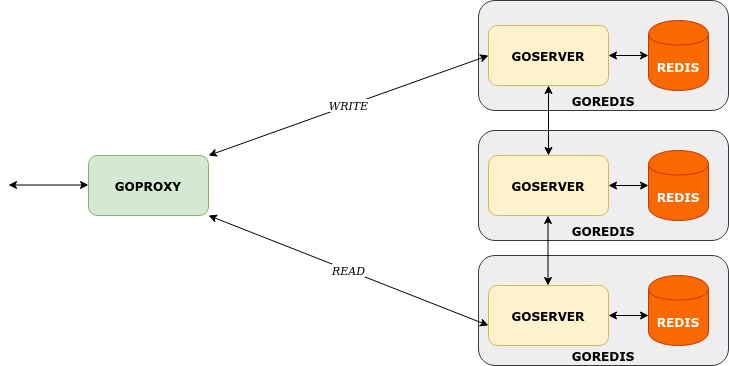
Earlier version of the draw.io export Cluster.png (el10savio/Kube-Chain-Replication). Source tidied: cells renumbered, new cells last; positions are measured from the earlier drawing's top-left corner, leaving out a move shared by most shapes.
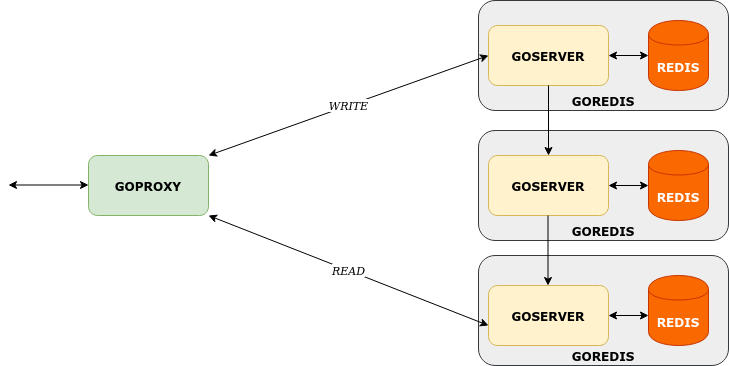
After the change.

Commit message:
Updated Cluster Diagram

The edit, as a diff of the source:
```diff
@@ -33,15 +33,6 @@
         <mxPoint x="480" y="325" as="targetPoint" />
       </mxGeometry>
     </mxCell>
-    <mxCell id="11" style="endArrow=classic;startArrow=classic;html=1;entryX=0.5;entryY=1;entryDx=0;entryDy=0;exitX=0.5;exitY=0;exitDx=0;exitDy=0;" parent="1" edge="1" source="7" target="6">
-      <mxGeometry relative="1" as="geometry" />
-    </mxCell>
-    <mxCell id="12" style="endArrow=classic;startArrow=classic;html=1;entryX=0.5;entryY=1;entryDx=0;entryDy=0;exitX=0.5;exitY=0;exitDx=0;exitDy=0;" parent="1" edge="1">
-      <mxGeometry relative="1" as="geometry">
-        <mxPoint x="539.5" y="285" as="sourcePoint" />
-        <mxPoint x="539.5" y="215" as="targetPoint" />
-      </mxGeometry>
-    </mxCell>
     <mxCell id="13" value="&lt;b&gt;REDIS&lt;/b&gt;" style="shape=cylinder;whiteSpace=wrap;html=1;boundedLbl=1;backgroundOutline=1;fontFamily=Verdana;fontColor=#ffffff;fillColor=#fa6800;strokeColor=#C73500;" parent="1" vertex="1">
       <mxGeometry x="640" y="20" width="60" height="70" as="geometry" />
     </mxCell>
@@ -72,5 +63,14 @@
         <mxPoint x="80" y="184.5" as="targetPoint" />
       </mxGeometry>
     </mxCell>
+    <mxCell id="20" style="endArrow=classic;html=1;exitX=0.5;exitY=1;exitDx=0;exitDy=0;" parent="1" edge="1" source="6" target="7">
+      <mxGeometry relative="1" as="geometry" />
+    </mxCell>
+    <mxCell id="21" style="endArrow=classic;html=1;exitX=0.5;exitY=1;exitDx=0;exitDy=0;" parent="1" edge="1">
+      <mxGeometry relative="1" as="geometry">
+        <mxPoint x="539.5" y="215" as="sourcePoint" />
+        <mxPoint x="539.5" y="285" as="targetPoint" />
+      </mxGeometry>
+    </mxCell>
   </root>
 </mxGraphModel>
```
